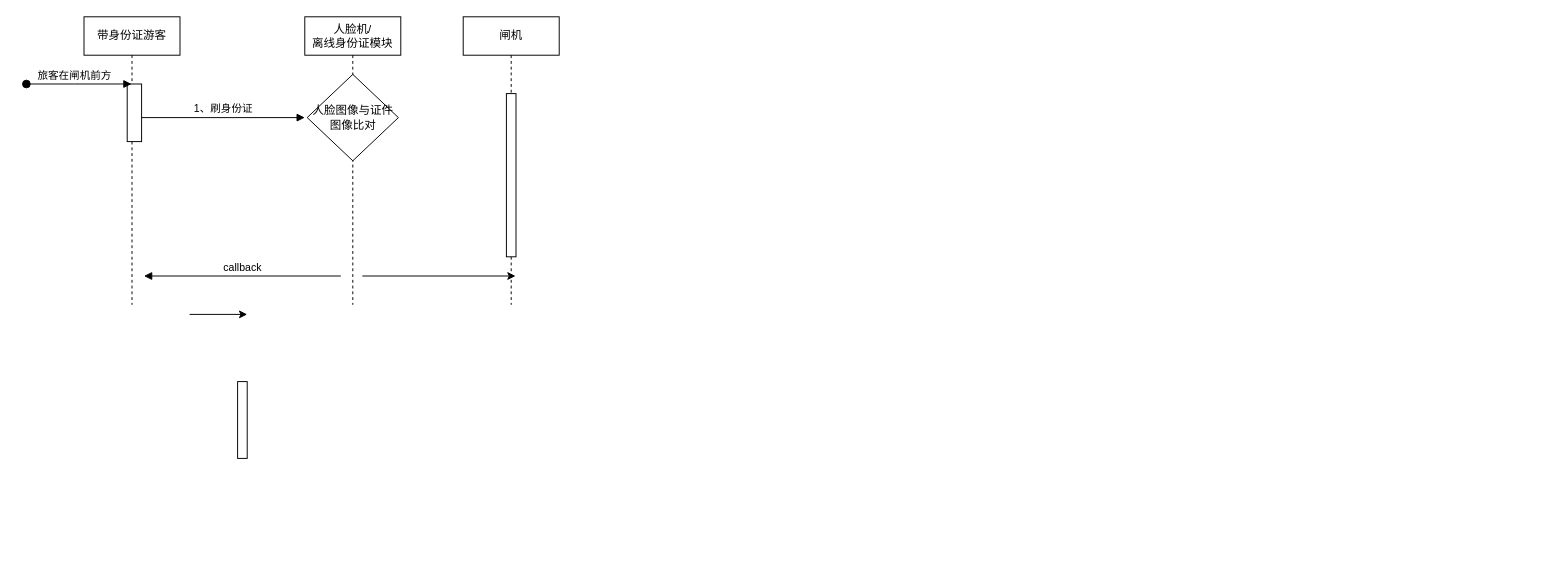
Earlier version of the draw.io diagram 带身份证游客--自助通道.drawio (liucg63/-). Source tidied: cells renumbered, new cells numbered last; positions are measured from the earlier drawing's top-left corner, leaving out a move shared by most shapes. Both pictures are drawn from the tidied source at 96%, with x=0, y=0 at pixel (26, 16).
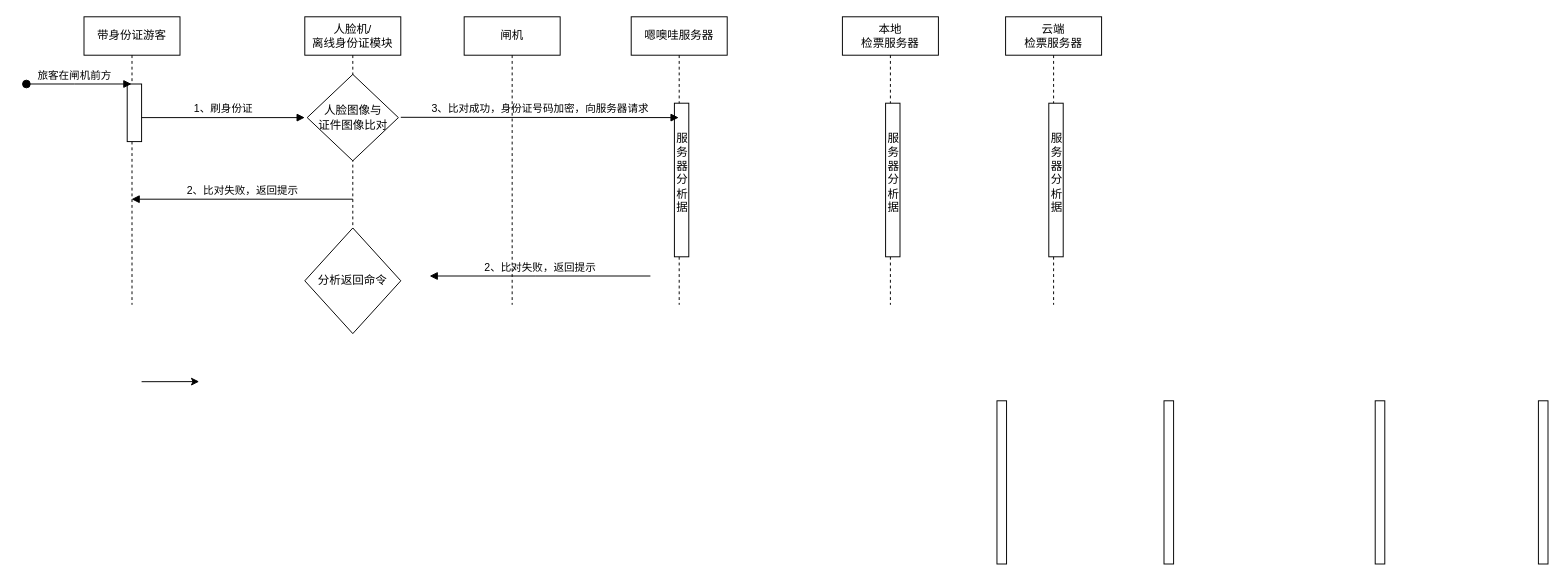
The same page after the edit.

Commit message (it also covers changes not shown here):
更新带身份证游客--自助通道.drawio

The change refers to these unchanged cells:
```xml
<mxCell id="2" value="带身份证游客" style="shape=umlLifeline;perimeter=lifelinePerimeter;whiteSpace=wrap;html=1;outlineConnect=0;portConstraint=eastwest;newEdgeStyle={&quot;edgeStyle&quot;:&quot;elbowEdgeStyle&quot;,&quot;elbow&quot;:&quot;vertical&quot;,&quot;curved&quot;:0,&quot;rounded&quot;:0};labelBackgroundColor=none;" parent="1" vertex="1">
  <mxGeometry x="60" width="100" height="300" as="geometry" />
</mxCell>
```

Diff of the diagram source:
```diff
@@
-    <mxCell id="6" value="callback" style="html=1;verticalAlign=bottom;endArrow=block;edgeStyle=elbowEdgeStyle;elbow=vertical;curved=0;rounded=0;labelBackgroundColor=none;fontColor=default;" parent="1" edge="1">
+    <mxCell id="6" value="2、比对失败，返回提示" style="html=1;verticalAlign=bottom;endArrow=block;edgeStyle=elbowEdgeStyle;elbow=vertical;curved=0;rounded=0;labelBackgroundColor=none;fontColor=default;" parent="1" edge="1" target="2">
       <mxGeometry relative="1" as="geometry">
-        <mxPoint x="327.5" y="270" as="sourcePoint" />
-        <mxPoint x="122.5" y="270" as="targetPoint" />
+        <mxPoint x="340" y="190" as="sourcePoint" />
         <Array as="points">
-          <mxPoint x="212.5" y="270" />
+          <mxPoint x="220" y="190" />
         </Array>
       </mxGeometry>
     </mxCell>
     <mxCell id="7" value="闸机" style="shape=umlLifeline;perimeter=lifelinePerimeter;whiteSpace=wrap;html=1;newEdgeStyle={&quot;edgeStyle&quot;:&quot;elbowEdgeStyle&quot;,&quot;elbow&quot;:&quot;vertical&quot;,&quot;curved&quot;:0,&quot;rounded&quot;:0};labelBackgroundColor=none;" parent="1" vertex="1">
-      <mxGeometry x="455" width="100" height="300" as="geometry" />
+      <mxGeometry x="456" width="100" height="300" as="geometry" />
     </mxCell>
     <mxCell id="8" style="html=1;perimeter=orthogonalPerimeter;targetShapes=umlLifeline;newEdgeStyle={&quot;edgeStyle&quot;:&quot;elbowEdgeStyle&quot;,&quot;elbow&quot;:&quot;vertical&quot;,&quot;curved&quot;:0,&quot;rounded&quot;:0};labelBackgroundColor=none;" parent="7" vertex="1">
-      <mxGeometry x="45" y="80" width="10" height="170" as="geometry" />
+      <mxGeometry x="555" y="400" width="10" height="170" as="geometry" />
     </mxCell>
-    <mxCell id="9" style="html=1;perimeter=orthogonalPerimeter;targetShapes=umlLifeline;newEdgeStyle={&quot;edgeStyle&quot;:&quot;elbowEdgeStyle&quot;,&quot;elbow&quot;:&quot;vertical&quot;,&quot;curved&quot;:0,&quot;rounded&quot;:0};labelBackgroundColor=none;" parent="1" vertex="1">
-      <mxGeometry x="220" y="380" width="10" height="80" as="geometry" />
-    </mxCell>
-    <mxCell id="10" style="edgeStyle=elbowEdgeStyle;rounded=0;orthogonalLoop=1;jettySize=auto;html=1;elbow=vertical;curved=0;" parent="1" edge="1">
-      <mxGeometry relative="1" as="geometry">
-        <mxPoint x="350" y="270" as="sourcePoint" />
-        <mxPoint x="509.5" y="270" as="targetPoint" />
-      </mxGeometry>
-    </mxCell>
     <mxCell id="11" style="edgeStyle=elbowEdgeStyle;rounded=0;orthogonalLoop=1;jettySize=auto;html=1;elbow=vertical;curved=0;" parent="1" edge="1">
       <mxGeometry relative="1" as="geometry">
-        <mxPoint x="170" y="310" as="sourcePoint" />
-        <mxPoint x="230" y="310.1" as="targetPoint" />
+        <mxPoint x="120" y="380.1" as="sourcePoint" />
+        <mxPoint x="180" y="380.3" as="targetPoint" />
       </mxGeometry>
     </mxCell>
-    <mxCell id="12" value="人脸图像与证件图像比对" style="rhombus;whiteSpace=wrap;html=1;" parent="1" vertex="1">
+    <mxCell id="12" value="人脸图像与&lt;div&gt;证件图像比对&lt;/div&gt;" style="rhombus;whiteSpace=wrap;html=1;" parent="1" vertex="1">
       <mxGeometry x="292.5" y="60" width="95" height="90" as="geometry" />
     </mxCell>
@@
+    <mxCell id="14" value="嗯噢哇服务器" style="shape=umlLifeline;perimeter=lifelinePerimeter;whiteSpace=wrap;html=1;outlineConnect=0;portConstraint=eastwest;newEdgeStyle={&quot;edgeStyle&quot;:&quot;elbowEdgeStyle&quot;,&quot;elbow&quot;:&quot;vertical&quot;,&quot;curved&quot;:0,&quot;rounded&quot;:0};labelBackgroundColor=none;" parent="1" vertex="1">
+      <mxGeometry x="630" width="100" height="300" as="geometry" />
+    </mxCell>
+    <mxCell id="15" style="html=1;perimeter=orthogonalPerimeter;targetShapes=umlLifeline;newEdgeStyle={&quot;edgeStyle&quot;:&quot;elbowEdgeStyle&quot;,&quot;elbow&quot;:&quot;vertical&quot;,&quot;curved&quot;:0,&quot;rounded&quot;:0};labelBackgroundColor=none;" parent="14" vertex="1">
+      <mxGeometry x="555" y="400" width="10" height="170" as="geometry" />
+    </mxCell>
+    <mxCell id="9" value="服&lt;div&gt;务&lt;/div&gt;&lt;div&gt;器&lt;/div&gt;&lt;div&gt;分&lt;/div&gt;&lt;div&gt;析&lt;/div&gt;&lt;div&gt;&lt;span style=&quot;background-color: transparent; color: light-dark(rgb(0, 0, 0), rgb(255, 255, 255));&quot;&gt;据&lt;/span&gt;&lt;/div&gt;&lt;div&gt;&lt;div&gt;&lt;br&gt;&lt;/div&gt;&lt;/div&gt;" style="html=1;perimeter=orthogonalPerimeter;targetShapes=umlLifeline;newEdgeStyle={&quot;edgeStyle&quot;:&quot;elbowEdgeStyle&quot;,&quot;elbow&quot;:&quot;vertical&quot;,&quot;curved&quot;:0,&quot;rounded&quot;:0};labelBackgroundColor=none;" parent="14" vertex="1">
+      <mxGeometry x="45" y="90" width="15" height="160" as="geometry" />
+    </mxCell>
+    <mxCell id="16" value="3、比对成功，身份证号码加密，向服务器请求" style="html=1;verticalAlign=bottom;endArrow=block;edgeStyle=elbowEdgeStyle;elbow=vertical;curved=0;rounded=0;labelBackgroundColor=none;fontColor=default;" parent="1" edge="1" target="14">
+      <mxGeometry relative="1" as="geometry">
+        <mxPoint x="390" y="104.7" as="sourcePoint" />
+        <Array as="points">
+          <mxPoint x="680" y="105" />
+          <mxPoint x="445" y="94.4" />
+        </Array>
+      </mxGeometry>
+    </mxCell>
+    <mxCell id="17" value="2、比对失败，返回提示" style="html=1;verticalAlign=bottom;endArrow=block;edgeStyle=elbowEdgeStyle;elbow=vertical;curved=0;rounded=0;labelBackgroundColor=none;fontColor=default;" parent="1" edge="1">
+      <mxGeometry relative="1" as="geometry">
+        <mxPoint x="650" y="270" as="sourcePoint" />
+        <mxPoint x="420" y="270" as="targetPoint" />
+        <Array as="points">
+          <mxPoint x="530" y="270" />
+        </Array>
+      </mxGeometry>
+    </mxCell>
+    <mxCell id="18" value="分析返回命令" style="rhombus;whiteSpace=wrap;html=1;" parent="1" vertex="1">
+      <mxGeometry x="290" y="220" width="100" height="110" as="geometry" />
+    </mxCell>
+    <mxCell id="19" value="&lt;div&gt;本地&lt;/div&gt;检票服务器" style="shape=umlLifeline;perimeter=lifelinePerimeter;whiteSpace=wrap;html=1;newEdgeStyle={&quot;edgeStyle&quot;:&quot;elbowEdgeStyle&quot;,&quot;elbow&quot;:&quot;vertical&quot;,&quot;curved&quot;:0,&quot;rounded&quot;:0};labelBackgroundColor=none;" parent="1" vertex="1">
+      <mxGeometry x="850" width="100" height="300" as="geometry" />
+    </mxCell>
+    <mxCell id="20" style="html=1;perimeter=orthogonalPerimeter;targetShapes=umlLifeline;newEdgeStyle={&quot;edgeStyle&quot;:&quot;elbowEdgeStyle&quot;,&quot;elbow&quot;:&quot;vertical&quot;,&quot;curved&quot;:0,&quot;rounded&quot;:0};labelBackgroundColor=none;" parent="19" vertex="1">
+      <mxGeometry x="555" y="400" width="10" height="170" as="geometry" />
+    </mxCell>
+    <mxCell id="21" value="服&lt;div&gt;务&lt;/div&gt;&lt;div&gt;器&lt;/div&gt;&lt;div&gt;分&lt;/div&gt;&lt;div&gt;析&lt;/div&gt;&lt;div&gt;&lt;span style=&quot;background-color: transparent; color: light-dark(rgb(0, 0, 0), rgb(255, 255, 255));&quot;&gt;据&lt;/span&gt;&lt;/div&gt;&lt;div&gt;&lt;div&gt;&lt;br&gt;&lt;/div&gt;&lt;/div&gt;" style="html=1;perimeter=orthogonalPerimeter;targetShapes=umlLifeline;newEdgeStyle={&quot;edgeStyle&quot;:&quot;elbowEdgeStyle&quot;,&quot;elbow&quot;:&quot;vertical&quot;,&quot;curved&quot;:0,&quot;rounded&quot;:0};labelBackgroundColor=none;" parent="19" vertex="1">
+      <mxGeometry x="45" y="90" width="15" height="160" as="geometry" />
+    </mxCell>
+    <mxCell id="22" value="云端&lt;div&gt;检票服务器&lt;/div&gt;" style="shape=umlLifeline;perimeter=lifelinePerimeter;whiteSpace=wrap;html=1;newEdgeStyle={&quot;edgeStyle&quot;:&quot;elbowEdgeStyle&quot;,&quot;elbow&quot;:&quot;vertical&quot;,&quot;curved&quot;:0,&quot;rounded&quot;:0};labelBackgroundColor=none;" parent="1" vertex="1">
+      <mxGeometry x="1020" width="100" height="300" as="geometry" />
+    </mxCell>
+    <mxCell id="23" style="html=1;perimeter=orthogonalPerimeter;targetShapes=umlLifeline;newEdgeStyle={&quot;edgeStyle&quot;:&quot;elbowEdgeStyle&quot;,&quot;elbow&quot;:&quot;vertical&quot;,&quot;curved&quot;:0,&quot;rounded&quot;:0};labelBackgroundColor=none;" parent="22" vertex="1">
+      <mxGeometry x="555" y="400" width="10" height="170" as="geometry" />
+    </mxCell>
+    <mxCell id="24" value="服&lt;div&gt;务&lt;/div&gt;&lt;div&gt;器&lt;/div&gt;&lt;div&gt;分&lt;/div&gt;&lt;div&gt;析&lt;/div&gt;&lt;div&gt;&lt;span style=&quot;background-color: transparent; color: light-dark(rgb(0, 0, 0), rgb(255, 255, 255));&quot;&gt;据&lt;/span&gt;&lt;/div&gt;&lt;div&gt;&lt;div&gt;&lt;br&gt;&lt;/div&gt;&lt;/div&gt;" style="html=1;perimeter=orthogonalPerimeter;targetShapes=umlLifeline;newEdgeStyle={&quot;edgeStyle&quot;:&quot;elbowEdgeStyle&quot;,&quot;elbow&quot;:&quot;vertical&quot;,&quot;curved&quot;:0,&quot;rounded&quot;:0};labelBackgroundColor=none;" parent="22" vertex="1">
+      <mxGeometry x="45" y="90" width="15" height="160" as="geometry" />
+    </mxCell>
```
